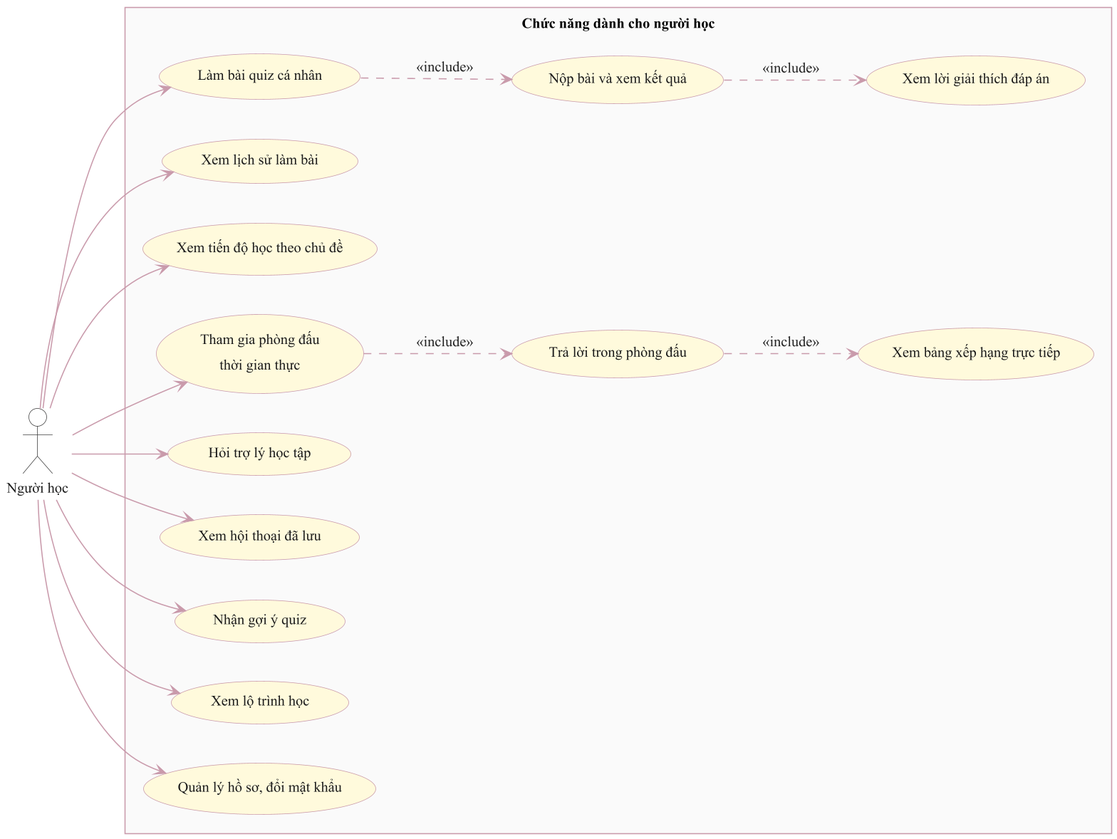
Above: bao-cao-datn/assets/hinh-2.3.png in NguyenDuc2004/QUIZ-TRIVIA (PlantUML), before the change. Its diagram source:
```plantuml
@startuml

skinparam dpi 150
skinparam defaultFontName "Times New Roman"
skinparam defaultFontSize 13
skinparam shadowing false
skinparam roundCorner 0
skinparam ArrowColor #C99AAB
skinparam ArrowFontColor #202020
skinparam Padding 4
skinparam ParticipantPadding 18
skinparam BoxPadding 8
skinparam SequenceMessageAlign center
skinparam guillemet false

skinparam usecase {
  BackgroundColor #FFFADC
  BorderColor #C99AAB
  FontColor #1a1a1a
}
skinparam actor {
  BackgroundColor #FFFFFF
  BorderColor #404040
  FontColor #1a1a1a
}
skinparam rectangle {
  BackgroundColor #FAFAFA
  BorderColor #808080
}

skinparam sequence {
  ArrowColor #C99AAB
  ArrowThickness 1
  LifeLineBorderColor #C99AAB
  LifeLineBackgroundColor #FFFFFF
  ParticipantBackgroundColor #FFFADC
  ParticipantBorderColor #C99AAB
  ParticipantFontColor #1a1a1a
  ParticipantFontSize 12
  ActorBackgroundColor #FFFFFF
  ActorBorderColor #404040
  GroupBorderColor #C99AAB
  GroupBackgroundColor #FFF5F8
  BoxBorderColor #C99AAB
}

skinparam class {
  BackgroundColor #FFFADC
  BorderColor #C99AAB
  HeaderBackgroundColor #FFEFC4
  AttributeFontColor #1a1a1a
  FontColor #1a1a1a
  ArrowColor #C99AAB
  AttributeFontSize 12
  FontSize 13
}
skinparam stereotype {
  CBackgroundColor #FFF1A8
  CBorderColor #C99AAB
  EBackgroundColor #FFF1A8
  EBorderColor #C99AAB
  ABackgroundColor #FFF1A8
  ABorderColor #C99AAB
}

left to right direction
actor "Người học" as L
rectangle "Chức năng dành cho người học" {
  usecase "Làm bài quiz cá nhân" as U1
  usecase "Nộp bài và xem kết quả" as U2
  usecase "Xem lời giải thích đáp án" as U3
  usecase "Xem lịch sử làm bài" as U4
  usecase "Xem tiến độ học theo chủ đề" as U5
  usecase "Tham gia phòng đấu\nthời gian thực" as U6
  usecase "Trả lời trong phòng đấu" as U7
  usecase "Xem bảng xếp hạng trực tiếp" as U8
  usecase "Hỏi trợ lý học tập" as U9
  usecase "Xem hội thoại đã lưu" as U10
  usecase "Nhận gợi ý quiz" as U11
  usecase "Xem lộ trình học" as U12
  usecase "Quản lý hồ sơ, đổi mật khẩu" as U13
}
L --> U1
L --> U4
L --> U5
L --> U6
L --> U9
L --> U10
L --> U11
L --> U12
L --> U13
U1 ..> U2 : <<include>>
U2 ..> U3 : <<include>>
U6 ..> U7 : <<include>>
U7 ..> U8 : <<include>>
@enduml
```
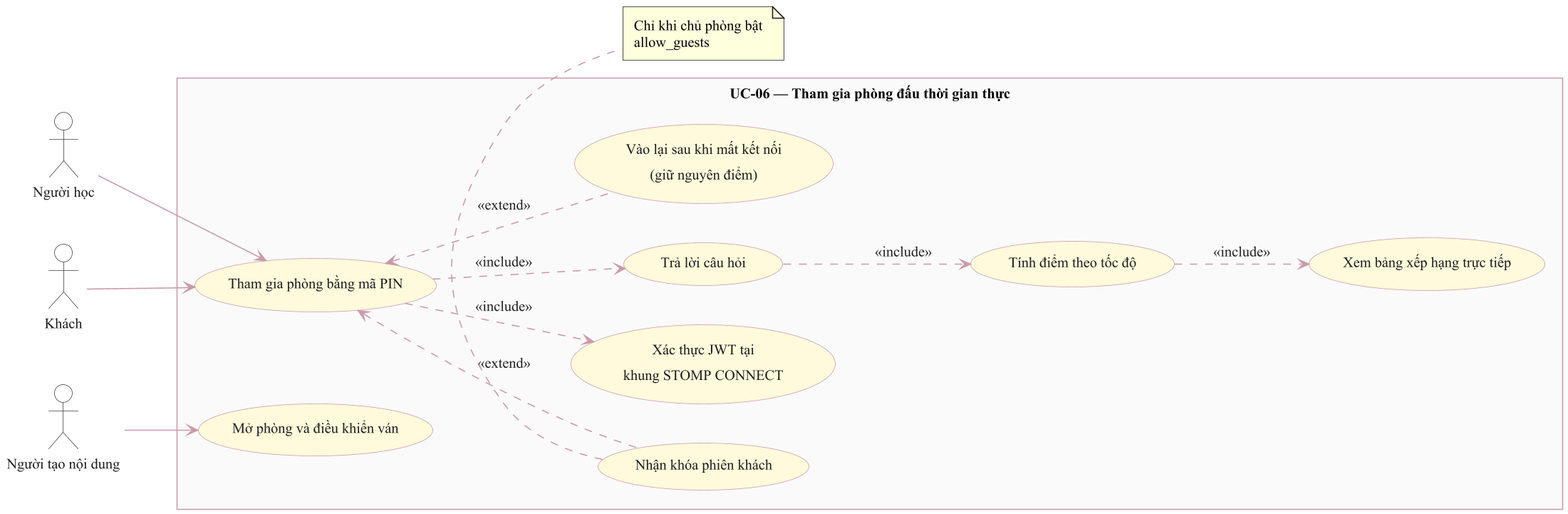
The same file after the commit.

What changed in the source:
```diff
@@ -65,32 +65,29 @@
 
 left to right direction
 actor "Người học" as L
-rectangle "Chức năng dành cho người học" {
-  usecase "Làm bài quiz cá nhân" as U1
-  usecase "Nộp bài và xem kết quả" as U2
-  usecase "Xem lời giải thích đáp án" as U3
-  usecase "Xem lịch sử làm bài" as U4
-  usecase "Xem tiến độ học theo chủ đề" as U5
-  usecase "Tham gia phòng đấu\nthời gian thực" as U6
-  usecase "Trả lời trong phòng đấu" as U7
-  usecase "Xem bảng xếp hạng trực tiếp" as U8
-  usecase "Hỏi trợ lý học tập" as U9
-  usecase "Xem hội thoại đã lưu" as U10
-  usecase "Nhận gợi ý quiz" as U11
-  usecase "Xem lộ trình học" as U12
-  usecase "Quản lý hồ sơ, đổi mật khẩu" as U13
+actor "Khách" as G
+actor "Người tạo nội dung" as C
+rectangle "UC-06 — Tham gia phòng đấu thời gian thực" {
+  usecase "Tham gia phòng bằng mã PIN" as U1
+  usecase "Xác thực JWT tại\nkhung STOMP CONNECT" as U2
+  usecase "Nhận khóa phiên khách" as U3
+  usecase "Trả lời câu hỏi" as U4
+  usecase "Tính điểm theo tốc độ" as U5
+  usecase "Xem bảng xếp hạng trực tiếp" as U6
+  usecase "Mở phòng và điều khiển ván" as U7
+  usecase "Vào lại sau khi mất kết nối\n(giữ nguyên điểm)" as U8
 }
 L --> U1
-L --> U4
-L --> U5
-L --> U6
-L --> U9
-L --> U10
-L --> U11
-L --> U12
-L --> U13
+G --> U1
+C --> U7
 U1 ..> U2 : <<include>>
-U2 ..> U3 : <<include>>
-U6 ..> U7 : <<include>>
-U7 ..> U8 : <<include>>
+U1 ..> U4 : <<include>>
+U4 ..> U5 : <<include>>
+U5 ..> U6 : <<include>>
+U3 .up.> U1 : <<extend>>
+U8 .up.> U1 : <<extend>>
+note bottom of U3
+  Chỉ khi chủ phòng bật
+  allow_guests
+end note
 @enduml
```
